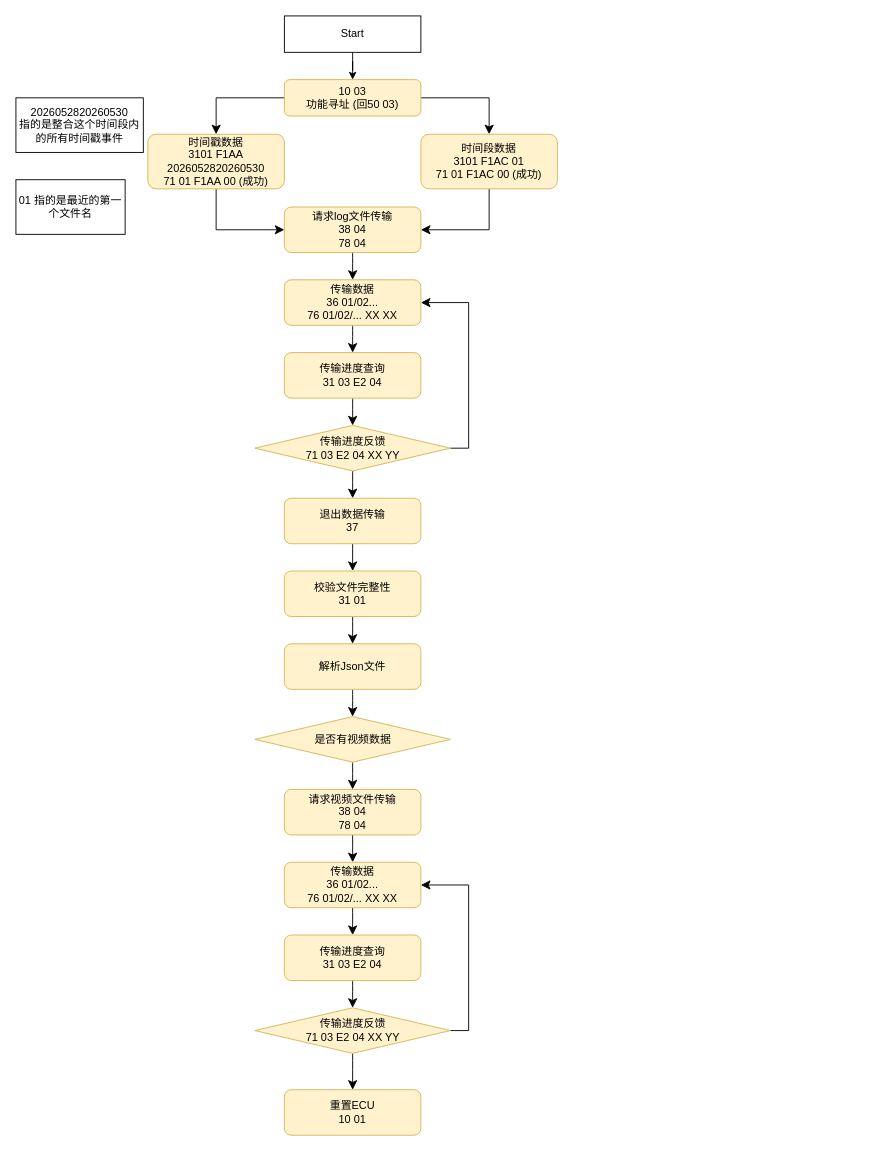
Before: page "Page-5" (5 of 5) of HJtodolist.drawio in YuzhouYe/peb, a draw.io diagram. Source tidied: cells renumbered, new cells numbered last; positions are measured from the earlier drawing's top-left corner, leaving out a move shared by most shapes. Both pictures are drawn from the tidied source at 91%, with x=0, y=0 at pixel (15, 15).
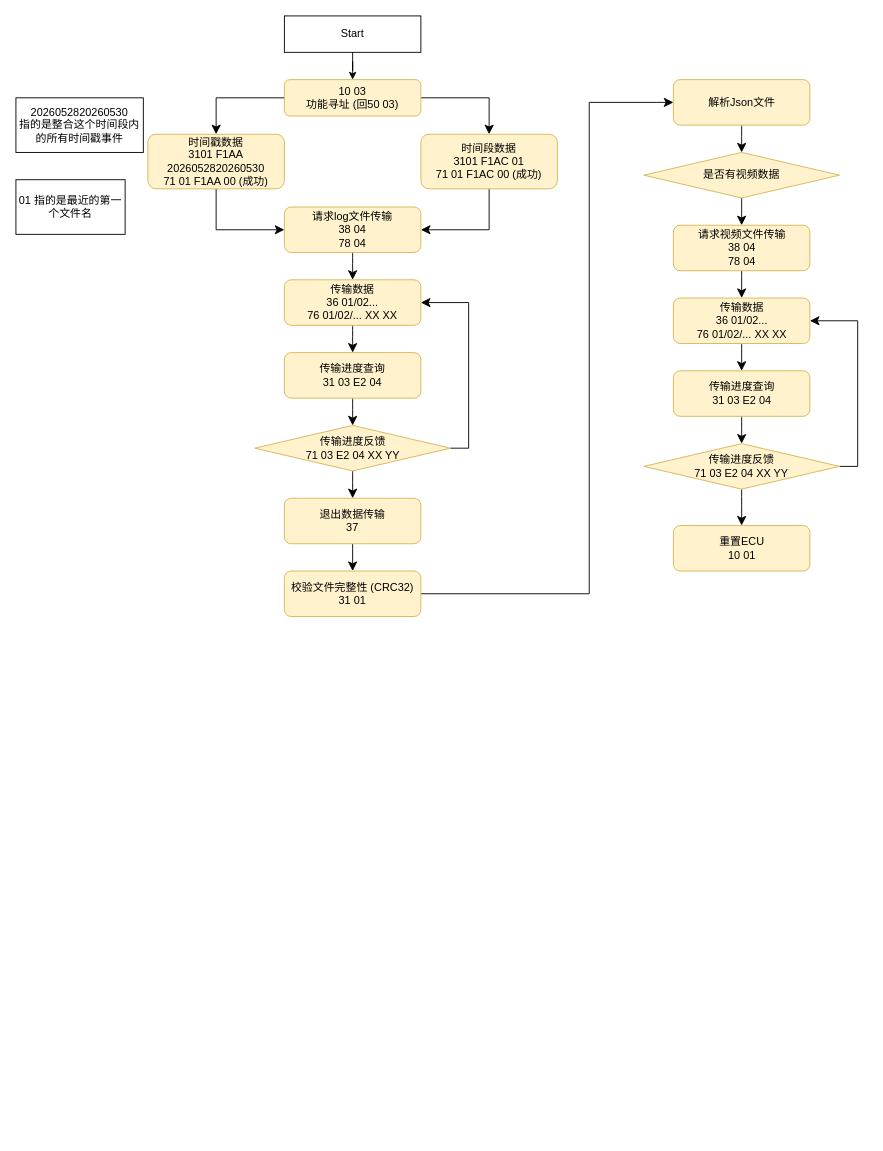
The same page after the edit.

What changed in the source:
```diff
@@
-    <mxCell id="23" style="edgeStyle=none;curved=1;rounded=0;jettySize=auto;html=1;exitX=0.5;exitY=1;exitDx=0;exitDy=0;entryX=0.5;entryY=0;entryDx=0;entryDy=0;fontSize=12;startSize=8;endSize=8;" parent="1" edge="1" source="24" target="26">
-      <mxGeometry relative="1" as="geometry" />
+    <mxCell id="23" style="edgeStyle=orthogonalEdgeStyle;rounded=0;jettySize=auto;html=1;exitX=1;exitY=0.5;exitDx=0;exitDy=0;entryX=0;entryY=0.5;entryDx=0;entryDy=0;fontSize=12;startSize=8;endSize=8;" parent="1" edge="1" source="24" target="26">
+      <mxGeometry relative="1" as="geometry">
+        <Array as="points">
+          <mxPoint x="630" y="635" />
+          <mxPoint x="630" y="95" />
+        </Array>
+      </mxGeometry>
     </mxCell>
-    <mxCell id="24" value="&lt;div&gt;校验文件完整性&lt;/div&gt;&lt;div&gt;31 01&lt;/div&gt;" style="rounded=1;whiteSpace=wrap;html=1;fillColor=#fff2cc;strokeColor=#d6b656;" parent="1" vertex="1">
+    <mxCell id="24" value="&lt;div&gt;校验文件完整性 (CRC32)&lt;/div&gt;&lt;div&gt;31 01&lt;/div&gt;" style="rounded=1;whiteSpace=wrap;html=1;fillColor=#fff2cc;strokeColor=#d6b656;" parent="1" vertex="1">
       <mxGeometry x="295" y="610" width="150" height="50" as="geometry" />
     </mxCell>
@@
     <mxCell id="26" value="&lt;div&gt;解析Json文件&lt;/div&gt;" style="rounded=1;whiteSpace=wrap;html=1;fillColor=#fff2cc;strokeColor=#d6b656;" parent="1" vertex="1">
-      <mxGeometry x="295" y="690" width="150" height="50" as="geometry" />
+      <mxGeometry x="722.5" y="70" width="150" height="50" as="geometry" />
     </mxCell>
@@
     <mxCell id="30" value="是否有视频数据" style="rhombus;whiteSpace=wrap;html=1;fillColor=#fff2cc;strokeColor=#d6b656;" parent="1" vertex="1">
-      <mxGeometry x="262.5" y="770" width="215" height="50" as="geometry" />
+      <mxGeometry x="690" y="150" width="215" height="50" as="geometry" />
     </mxCell>
@@
     <mxCell id="32" value="&lt;div&gt;请求视频文件传输&lt;/div&gt;38 04&lt;div&gt;78 04&lt;/div&gt;" style="rounded=1;whiteSpace=wrap;html=1;fillColor=#fff2cc;strokeColor=#d6b656;" parent="1" vertex="1">
-      <mxGeometry x="295" y="850" width="150" height="50" as="geometry" />
+      <mxGeometry x="722.5" y="230" width="150" height="50" as="geometry" />
     </mxCell>
@@
     <mxCell id="34" value="传输数据&lt;div&gt;36 01/02...&lt;/div&gt;&lt;div&gt;76 01/02/... XX XX&lt;/div&gt;" style="rounded=1;whiteSpace=wrap;html=1;fillColor=#fff2cc;strokeColor=#d6b656;" parent="1" vertex="1">
-      <mxGeometry x="295" y="930" width="150" height="50" as="geometry" />
+      <mxGeometry x="722.5" y="310" width="150" height="50" as="geometry" />
     </mxCell>
@@
     <mxCell id="37" value="传输进度反馈&lt;div&gt;71 03 E2 04 XX YY&lt;/div&gt;" style="rhombus;whiteSpace=wrap;html=1;fillColor=#fff2cc;strokeColor=#d6b656;" parent="1" vertex="1">
-      <mxGeometry x="262.5" y="1090" width="215" height="50" as="geometry" />
+      <mxGeometry x="690" y="470" width="215" height="50" as="geometry" />
     </mxCell>
@@
     <mxCell id="39" value="&lt;div&gt;传输进度查询&lt;/div&gt;31 03 E2 04" style="rounded=1;whiteSpace=wrap;html=1;fillColor=#fff2cc;strokeColor=#d6b656;" parent="1" vertex="1">
-      <mxGeometry x="295" y="1010" width="150" height="50" as="geometry" />
+      <mxGeometry x="722.5" y="390" width="150" height="50" as="geometry" />
     </mxCell>
     <mxCell id="40" value="&lt;div&gt;重置ECU&lt;/div&gt;&lt;div&gt;10 01&lt;/div&gt;" style="rounded=1;whiteSpace=wrap;html=1;fillColor=#fff2cc;strokeColor=#d6b656;" parent="1" vertex="1">
-      <mxGeometry x="295" y="1180" width="150" height="50" as="geometry" />
+      <mxGeometry x="722.5" y="560" width="150" height="50" as="geometry" />
     </mxCell>
```
